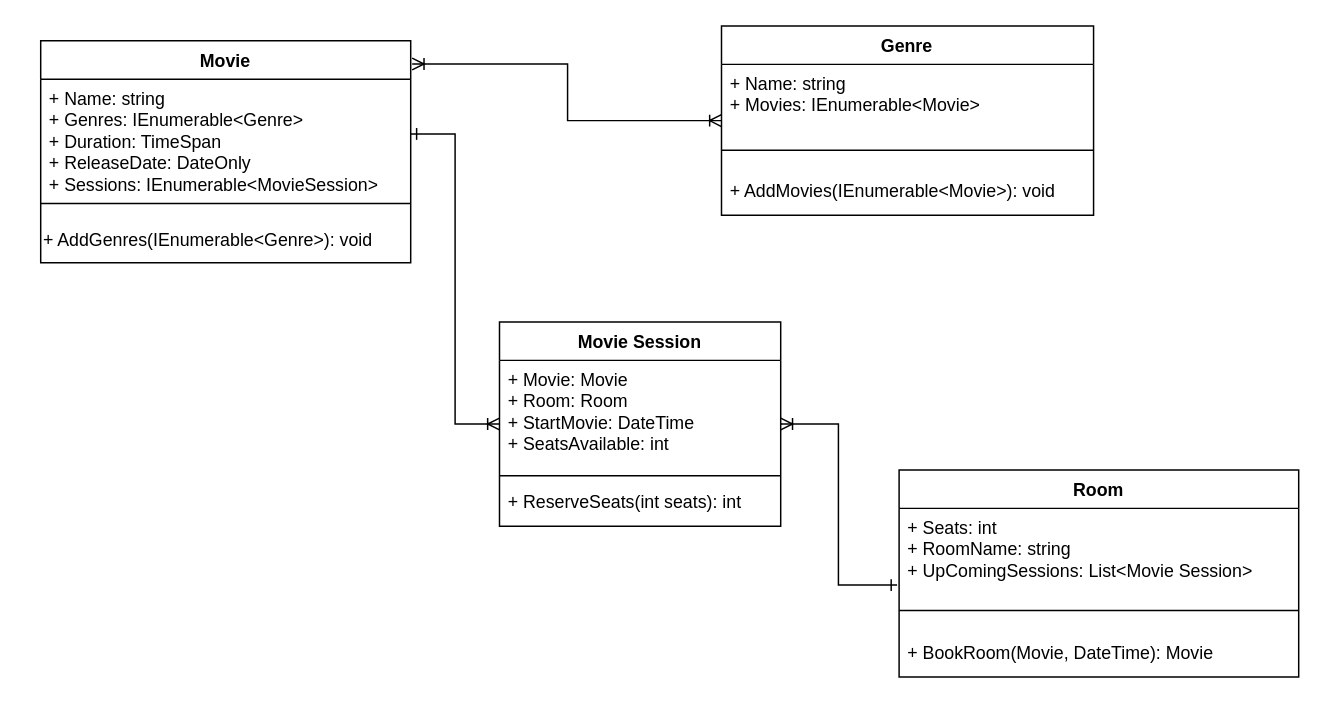
Above: page "Página-1" (1 of 2) of Dev_connect.drawio in Mateus2611/PlooCinema.WebApi (draw.io), before the change. Source tidied: cells renumbered, new cells numbered last; positions are measured from the earlier drawing's top-left corner, leaving out a move shared by most shapes. Both pictures are drawn from the tidied source at 148%, with x=0, y=0 at pixel (40, 25).
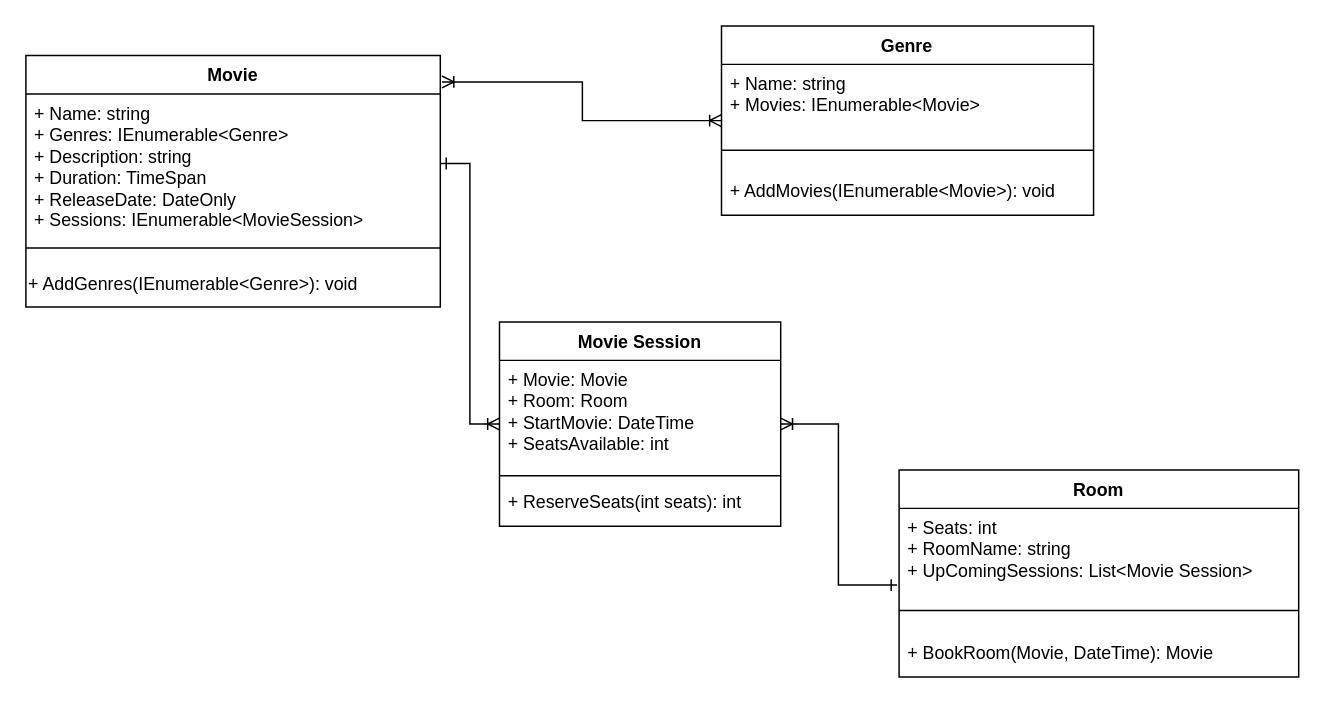
After the change.

Diff of the diagram source:
```diff
@@
     <mxCell id="6" value="Movie" style="swimlane;fontStyle=1;align=center;verticalAlign=top;horizontal=1;startSize=26;whiteSpace=wrap;html=1;" parent="1" vertex="1">
-      <mxGeometry y="10" width="250" height="150" as="geometry" />
+      <mxGeometry x="-10" y="20" width="280" height="170" as="geometry" />
     </mxCell>
-    <mxCell id="7" value="+ Name: string&lt;div&gt;+ Genres: IEnumerable&amp;lt;Genre&amp;gt;&lt;br&gt;&lt;/div&gt;&lt;div&gt;+ Duration: TimeSpan&lt;br&gt;&lt;/div&gt;&lt;div&gt;+ ReleaseDate: DateOnly&lt;br&gt;+ Sessions: IEnumerable&amp;lt;MovieSession&amp;gt;&lt;/div&gt;" style="text;strokeColor=none;fillColor=none;align=left;verticalAlign=top;spacingLeft=4;spacingRight=4;overflow=hidden;points=[[0,0.5],[1,0.5]];portConstraint=eastwest;whiteSpace=wrap;html=1;" parent="6" vertex="1">
-      <mxGeometry y="26" width="250" height="74" as="geometry" />
+    <mxCell id="7" value="+ Name: string&lt;div&gt;+ Genres: IEnumerable&amp;lt;Genre&amp;gt;&lt;br&gt;&lt;/div&gt;&lt;div&gt;+ Description: string&lt;/div&gt;&lt;div&gt;+ Duration: TimeSpan&lt;br&gt;&lt;/div&gt;&lt;div&gt;+ ReleaseDate: DateOnly&lt;br&gt;+ Sessions: IEnumerable&amp;lt;MovieSession&amp;gt;&lt;/div&gt;" style="text;strokeColor=none;fillColor=none;align=left;verticalAlign=top;spacingLeft=4;spacingRight=4;overflow=hidden;points=[[0,0.5],[1,0.5]];portConstraint=eastwest;whiteSpace=wrap;html=1;" parent="6" vertex="1">
+      <mxGeometry y="26" width="280" height="94" as="geometry" />
     </mxCell>
     <mxCell id="8" style="line;strokeWidth=1;fillColor=none;align=left;verticalAlign=middle;spacingTop=-1;spacingLeft=3;spacingRight=3;labelPosition=right;strokeColor=inherit;" parent="6" vertex="1">
-      <mxGeometry y="100" width="250" height="20" as="geometry" />
+      <mxGeometry y="120" width="280" height="20" as="geometry" />
     </mxCell>
     <mxCell id="9" value="+ AddGenres(IEnumerable&amp;lt;Genre&amp;gt;): void" style="text;html=1;align=left;verticalAlign=middle;strokeColor=none;fillColor=none;" parent="6" vertex="1">
-      <mxGeometry y="120" width="250" height="30" as="geometry" />
+      <mxGeometry y="140" width="280" height="30" as="geometry" />
     </mxCell>
```
